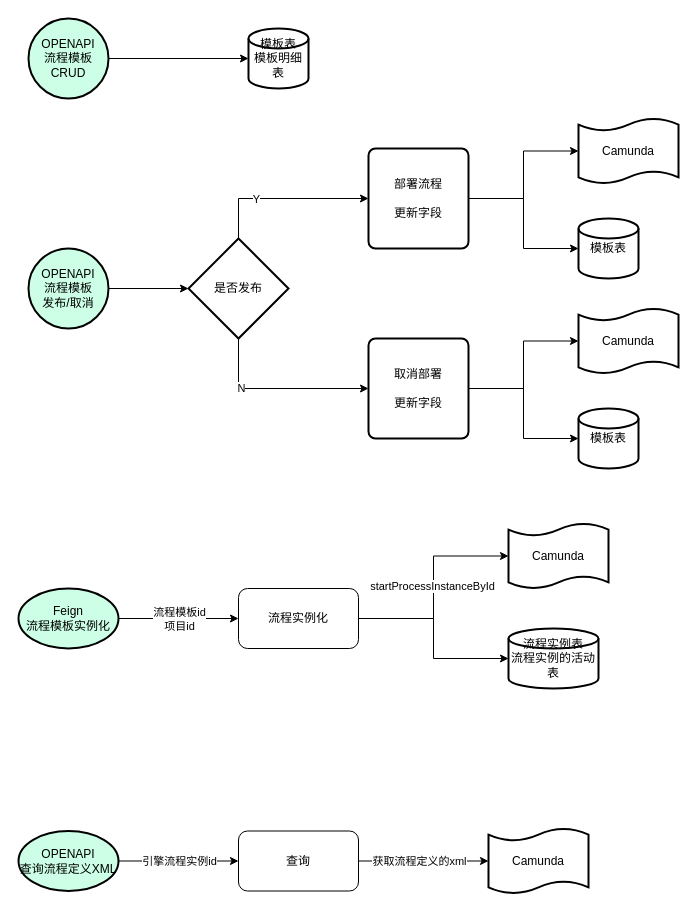
The draw.io diagram page "流程模板CRUD" (1 of 5) of geely/ssp/流程中心.drawio in icodegarden/drawio, before the edit. Source tidied: cells renumbered, new cells numbered last; positions are measured from the earlier drawing's top-left corner, leaving out a move shared by most shapes. Both pictures are drawn from the tidied source at 100%, with x=0, y=0 at pixel (18, 18).
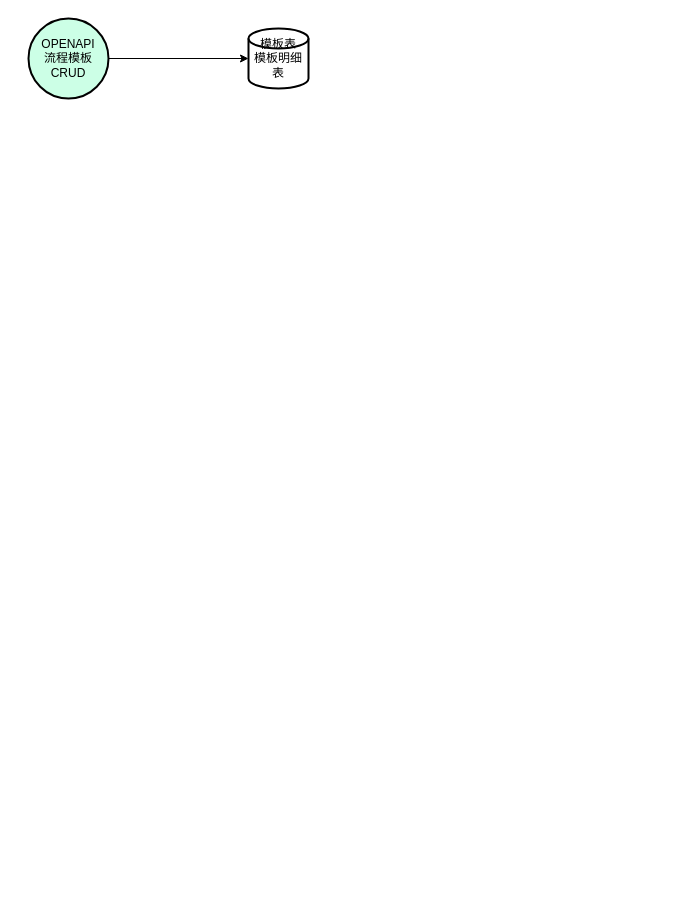
The same page after the edit.

What changed in the source:
```diff
@@
-    <mxCell id="5" style="edgeStyle=orthogonalEdgeStyle;rounded=0;jettySize=auto;html=1;" parent="1" edge="1" source="6" target="11">
-      <mxGeometry relative="1" as="geometry" />
-    </mxCell>
-    <mxCell id="6" value="&lt;div&gt;OPENAPI&lt;/div&gt;流程模板&lt;div&gt;发布/取消&lt;/div&gt;" style="strokeWidth=2;html=1;shape=mxgraph.flowchart.start_2;whiteSpace=wrap;fillColor=#CCFFE6;" parent="1" vertex="1">
-      <mxGeometry x="10" y="230" width="80" height="80" as="geometry" />
-    </mxCell>
-    <mxCell id="7" style="edgeStyle=orthogonalEdgeStyle;rounded=0;jettySize=auto;html=1;exitX=0.5;exitY=0;exitDx=0;exitDy=0;exitPerimeter=0;" parent="1" edge="1" source="11" target="12">
-      <mxGeometry relative="1" as="geometry" />
-    </mxCell>
-    <mxCell id="8" value="Y" style="edgeLabel;html=1;align=center;verticalAlign=middle;" parent="7" vertex="1">
-      <mxGeometry x="-0.33" relative="1" as="geometry" />
-    </mxCell>
-    <mxCell id="9" style="edgeStyle=orthogonalEdgeStyle;rounded=0;jettySize=auto;html=1;entryX=0;entryY=0.5;entryDx=0;entryDy=0;exitX=0.5;exitY=1;exitDx=0;exitDy=0;exitPerimeter=0;" parent="1" edge="1" source="11" target="17">
-      <mxGeometry relative="1" as="geometry" />
-    </mxCell>
-    <mxCell id="10" value="N" style="edgeLabel;html=1;align=center;verticalAlign=middle;" parent="9" vertex="1">
-      <mxGeometry x="-0.46" y="2" relative="1" as="geometry" />
-    </mxCell>
-    <mxCell id="11" value="是否发布" style="strokeWidth=2;html=1;shape=mxgraph.flowchart.decision;whiteSpace=wrap;" parent="1" vertex="1">
-      <mxGeometry x="170" y="220" width="100" height="100" as="geometry" />
-    </mxCell>
-    <mxCell id="12" value="部署流程&lt;div&gt;&lt;br&gt;&lt;div&gt;更新字段&lt;/div&gt;&lt;/div&gt;" style="rounded=1;whiteSpace=wrap;html=1;absoluteArcSize=1;arcSize=14;strokeWidth=2;" parent="1" vertex="1">
-      <mxGeometry x="350" y="130" width="100" height="100" as="geometry" />
-    </mxCell>
-    <mxCell id="13" value="模板表" style="strokeWidth=2;html=1;shape=mxgraph.flowchart.database;whiteSpace=wrap;" parent="1" vertex="1">
-      <mxGeometry x="560" y="200" width="60" height="60" as="geometry" />
-    </mxCell>
-    <mxCell id="14" value="Camunda" style="shape=tape;whiteSpace=wrap;html=1;strokeWidth=2;size=0.19;" parent="1" vertex="1">
-      <mxGeometry x="560" y="100" width="100" height="65" as="geometry" />
-    </mxCell>
-    <mxCell id="15" style="edgeStyle=orthogonalEdgeStyle;rounded=0;jettySize=auto;html=1;entryX=0;entryY=0.5;entryDx=0;entryDy=0;entryPerimeter=0;" parent="1" edge="1" source="12" target="14">
-      <mxGeometry relative="1" as="geometry" />
-    </mxCell>
-    <mxCell id="16" style="edgeStyle=orthogonalEdgeStyle;rounded=0;jettySize=auto;html=1;entryX=0;entryY=0.5;entryDx=0;entryDy=0;entryPerimeter=0;" parent="1" edge="1" source="12" target="13">
-      <mxGeometry relative="1" as="geometry" />
-    </mxCell>
-    <mxCell id="17" value="取消部署&lt;div&gt;&lt;br&gt;&lt;div&gt;更新字段&lt;/div&gt;&lt;/div&gt;" style="rounded=1;whiteSpace=wrap;html=1;absoluteArcSize=1;arcSize=14;strokeWidth=2;" parent="1" vertex="1">
-      <mxGeometry x="350" y="320" width="100" height="100" as="geometry" />
-    </mxCell>
-    <mxCell id="18" value="模板表" style="strokeWidth=2;html=1;shape=mxgraph.flowchart.database;whiteSpace=wrap;" parent="1" vertex="1">
-      <mxGeometry x="560" y="390" width="60" height="60" as="geometry" />
-    </mxCell>
-    <mxCell id="19" value="Camunda" style="shape=tape;whiteSpace=wrap;html=1;strokeWidth=2;size=0.19;" parent="1" vertex="1">
-      <mxGeometry x="560" y="290" width="100" height="65" as="geometry" />
-    </mxCell>
-    <mxCell id="20" style="edgeStyle=orthogonalEdgeStyle;rounded=0;jettySize=auto;html=1;entryX=0;entryY=0.5;entryDx=0;entryDy=0;entryPerimeter=0;" parent="1" edge="1" source="17" target="19">
-      <mxGeometry relative="1" as="geometry" />
-    </mxCell>
-    <mxCell id="21" style="edgeStyle=orthogonalEdgeStyle;rounded=0;jettySize=auto;html=1;entryX=0;entryY=0.5;entryDx=0;entryDy=0;entryPerimeter=0;" parent="1" edge="1" source="17" target="18">
-      <mxGeometry relative="1" as="geometry" />
-    </mxCell>
-    <mxCell id="22" style="edgeStyle=orthogonalEdgeStyle;rounded=0;jettySize=auto;html=1;entryX=0;entryY=0.5;entryDx=0;entryDy=0;" parent="1" edge="1" source="24" target="25">
-      <mxGeometry relative="1" as="geometry" />
-    </mxCell>
-    <mxCell id="23" value="流程模板id&lt;div&gt;项目id&lt;/div&gt;" style="edgeLabel;html=1;align=center;verticalAlign=middle;" parent="22" vertex="1">
-      <mxGeometry x="-0.4" y="-2" relative="1" as="geometry">
-        <mxPoint x="24" y="-2" as="offset" />
-      </mxGeometry>
-    </mxCell>
-    <mxCell id="24" value="Feign&lt;div&gt;流程模板&lt;span style=&quot;background-color: initial;&quot;&gt;实例化&lt;/span&gt;&lt;/div&gt;" style="strokeWidth=2;html=1;shape=mxgraph.flowchart.start_1;whiteSpace=wrap;fillColor=#CCFFE6;" parent="1" vertex="1">
-      <mxGeometry y="570" width="100" height="60" as="geometry" />
-    </mxCell>
-    <mxCell id="25" value="流程实例化" style="rounded=1;whiteSpace=wrap;html=1;" parent="1" vertex="1">
-      <mxGeometry x="220" y="570" width="120" height="60" as="geometry" />
-    </mxCell>
-    <mxCell id="26" value="Camunda" style="shape=tape;whiteSpace=wrap;html=1;strokeWidth=2;size=0.19;" parent="1" vertex="1">
-      <mxGeometry x="490" y="505" width="100" height="65" as="geometry" />
-    </mxCell>
-    <mxCell id="27" style="edgeStyle=orthogonalEdgeStyle;rounded=0;jettySize=auto;html=1;entryX=0;entryY=0.5;entryDx=0;entryDy=0;entryPerimeter=0;" parent="1" edge="1" source="25" target="26">
-      <mxGeometry relative="1" as="geometry" />
-    </mxCell>
-    <mxCell id="28" value="startProcessInstanceById" style="edgeLabel;html=1;align=center;verticalAlign=middle;" parent="27" vertex="1">
-      <mxGeometry x="0.02" y="2" relative="1" as="geometry" />
-    </mxCell>
-    <mxCell id="29" value="流程实例表&lt;div&gt;流程实例的活动表&lt;br&gt;&lt;/div&gt;" style="strokeWidth=2;html=1;shape=mxgraph.flowchart.database;whiteSpace=wrap;" parent="1" vertex="1">
-      <mxGeometry x="490" y="610" width="90" height="60" as="geometry" />
-    </mxCell>
-    <mxCell id="30" style="edgeStyle=orthogonalEdgeStyle;rounded=0;jettySize=auto;html=1;entryX=0;entryY=0.5;entryDx=0;entryDy=0;entryPerimeter=0;" parent="1" edge="1" source="25" target="29">
-      <mxGeometry relative="1" as="geometry" />
-    </mxCell>
-    <mxCell id="31" style="edgeStyle=orthogonalEdgeStyle;rounded=0;jettySize=auto;html=1;" parent="1" edge="1" source="33" target="34">
-      <mxGeometry relative="1" as="geometry" />
-    </mxCell>
-    <mxCell id="32" value="引擎流程实例id" style="edgeLabel;html=1;align=center;verticalAlign=middle;" parent="31" vertex="1">
-      <mxGeometry x="-0.4" y="-2" relative="1" as="geometry">
-        <mxPoint x="24" y="-2" as="offset" />
-      </mxGeometry>
-    </mxCell>
-    <mxCell id="33" value="OPENAPI&lt;div&gt;查询流程定义XML&lt;br&gt;&lt;/div&gt;" style="strokeWidth=2;html=1;shape=mxgraph.flowchart.start_1;whiteSpace=wrap;fillColor=#CCFFE6;" parent="1" vertex="1">
-      <mxGeometry y="812.5" width="100" height="60" as="geometry" />
-    </mxCell>
-    <mxCell id="34" value="查询" style="rounded=1;whiteSpace=wrap;html=1;" parent="1" vertex="1">
-      <mxGeometry x="220" y="812.5" width="120" height="60" as="geometry" />
-    </mxCell>
-    <mxCell id="35" value="Camunda" style="shape=tape;whiteSpace=wrap;html=1;strokeWidth=2;size=0.19;" parent="1" vertex="1">
-      <mxGeometry x="470" y="810" width="100" height="65" as="geometry" />
-    </mxCell>
-    <mxCell id="36" style="edgeStyle=orthogonalEdgeStyle;rounded=0;jettySize=auto;html=1;entryX=0;entryY=0.5;entryDx=0;entryDy=0;entryPerimeter=0;" parent="1" edge="1" source="34" target="35">
-      <mxGeometry relative="1" as="geometry" />
-    </mxCell>
-    <mxCell id="37" value="获取流程定义的xml" style="edgeLabel;html=1;align=center;verticalAlign=middle;" parent="36" vertex="1">
-      <mxGeometry x="-0.17" y="-1" relative="1" as="geometry">
-        <mxPoint x="6" y="-1" as="offset" />
-      </mxGeometry>
-    </mxCell>
```
